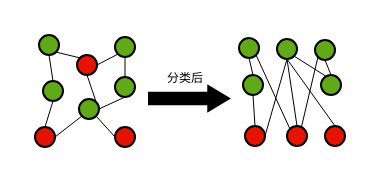
Earlier version of the draw.io diagram 节点分类任务.drawio (zbyuser/-). Source tidied: cells renumbered, new cells numbered last; positions are measured from the earlier drawing's top-left corner, leaving out a move shared by most shapes. Both pictures are drawn from the tidied source at 200%, with x=0, y=0 at pixel (34, 34).
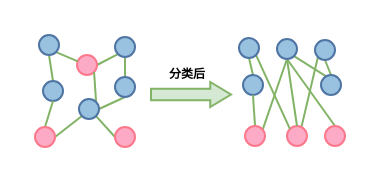
The same page after the edit.

Commit message:
更新节点分类任务.drawio

What changed in the source:
```diff
@@
-    <mxCell id="2" style="rounded=0;jettySize=auto;html=1;exitX=0.5;exitY=0;exitDx=0;exitDy=0;entryX=0.5;entryY=1;entryDx=0;entryDy=0;endArrow=none;startFill=0;strokeWidth=0.5;" parent="1" edge="1" source="3" target="18">
+    <mxCell id="2" style="rounded=0;jettySize=auto;html=1;exitX=0.5;exitY=0;exitDx=0;exitDy=0;entryX=0.5;entryY=1;entryDx=0;entryDy=0;endArrow=none;startFill=0;strokeWidth=1;strokeColor=#82B366;" parent="1" edge="1" source="3" target="18">
       <mxGeometry relative="1" as="geometry" />
     </mxCell>
-    <mxCell id="3" style="ellipse;whiteSpace=wrap;html=1;fillColor=#60a917;fontColor=#ffffff;strokeColor=#000000;" parent="1" vertex="1">
+    <mxCell id="3" style="ellipse;whiteSpace=wrap;html=1;fillColor=#99C2E0;fontColor=#ffffff;strokeColor=#4F75A4;" parent="1" vertex="1">
       <mxGeometry x="4" y="23" width="10" height="10" as="geometry" />
     </mxCell>
-    <mxCell id="4" style="rounded=0;jettySize=auto;html=1;exitX=1;exitY=0.5;exitDx=0;exitDy=0;entryX=0;entryY=1;entryDx=0;entryDy=0;endArrow=none;startFill=0;strokeWidth=0.5;" parent="1" edge="1" source="6" target="14">
+    <mxCell id="4" style="rounded=0;jettySize=auto;html=1;exitX=1;exitY=0.5;exitDx=0;exitDy=0;entryX=0;entryY=1;entryDx=0;entryDy=0;endArrow=none;startFill=0;strokeWidth=1;strokeColor=#82B366;" parent="1" edge="1" source="6" target="14">
       <mxGeometry relative="1" as="geometry" />
     </mxCell>
-    <mxCell id="5" style="rounded=0;jettySize=auto;html=1;exitX=0.5;exitY=0;exitDx=0;exitDy=0;entryX=0.5;entryY=1;entryDx=0;entryDy=0;endArrow=none;startFill=0;strokeWidth=0.5;" parent="1" edge="1" source="6" target="3">
+    <mxCell id="5" style="rounded=0;jettySize=auto;html=1;exitX=0.5;exitY=0;exitDx=0;exitDy=0;entryX=0.5;entryY=1;entryDx=0;entryDy=0;endArrow=none;startFill=0;strokeWidth=1;strokeColor=#82B366;" parent="1" edge="1" source="6" target="3">
       <mxGeometry relative="1" as="geometry" />
     </mxCell>
-    <mxCell id="6" style="ellipse;whiteSpace=wrap;html=1;fillColor=#e51400;fontColor=#ffffff;strokeColor=#000000;" parent="1" vertex="1">
+    <mxCell id="6" style="ellipse;whiteSpace=wrap;html=1;fillColor=#FCAAC5;fontColor=#ffffff;strokeColor=#FC798C;" parent="1" vertex="1">
       <mxGeometry y="46" width="10" height="10" as="geometry" />
     </mxCell>
-    <mxCell id="7" style="rounded=0;jettySize=auto;html=1;exitX=0;exitY=1;exitDx=0;exitDy=0;entryX=1;entryY=0.5;entryDx=0;entryDy=0;endArrow=none;startFill=0;strokeWidth=0.5;" parent="1" edge="1" source="9" target="10">
+    <mxCell id="7" style="rounded=0;jettySize=auto;html=1;exitX=0;exitY=1;exitDx=0;exitDy=0;entryX=1;entryY=0.5;entryDx=0;entryDy=0;endArrow=none;startFill=0;strokeWidth=1;strokeColor=#82B366;" parent="1" edge="1" source="9" target="10">
       <mxGeometry relative="1" as="geometry" />
     </mxCell>
-    <mxCell id="8" style="rounded=0;jettySize=auto;html=1;exitX=0.5;exitY=1;exitDx=0;exitDy=0;entryX=0.5;entryY=0;entryDx=0;entryDy=0;endArrow=none;startFill=0;strokeWidth=0.5;" parent="1" edge="1" source="9" target="15">
+    <mxCell id="8" style="rounded=0;jettySize=auto;html=1;exitX=0.5;exitY=1;exitDx=0;exitDy=0;entryX=0.5;entryY=0;entryDx=0;entryDy=0;endArrow=none;startFill=0;strokeWidth=1;strokeColor=#82B366;" parent="1" edge="1" source="9" target="15">
       <mxGeometry relative="1" as="geometry" />
     </mxCell>
-    <mxCell id="9" style="ellipse;whiteSpace=wrap;html=1;fillColor=#60a917;fontColor=#ffffff;strokeColor=#000000;" parent="1" vertex="1">
+    <mxCell id="9" style="ellipse;whiteSpace=wrap;html=1;fillColor=#99C2E0;fontColor=#ffffff;strokeColor=#4F75A4;" parent="1" vertex="1">
       <mxGeometry x="40" y="1" width="10" height="10" as="geometry" />
     </mxCell>
-    <mxCell id="10" style="ellipse;whiteSpace=wrap;html=1;fillColor=#e51400;fontColor=#ffffff;strokeColor=#000000;" parent="1" vertex="1">
+    <mxCell id="10" style="ellipse;whiteSpace=wrap;html=1;fillColor=#FCAAC5;fontColor=#ffffff;strokeColor=#FC798C;" parent="1" vertex="1">
       <mxGeometry x="21" y="10" width="10" height="10" as="geometry" />
     </mxCell>
-    <mxCell id="11" style="rounded=0;jettySize=auto;html=1;exitX=1;exitY=0;exitDx=0;exitDy=0;entryX=0.5;entryY=1;entryDx=0;entryDy=0;endArrow=none;startFill=0;strokeWidth=0.5;" parent="1" edge="1" source="14" target="10">
+    <mxCell id="11" style="rounded=0;jettySize=auto;html=1;exitX=1;exitY=0;exitDx=0;exitDy=0;entryX=1;entryY=1;entryDx=0;entryDy=0;endArrow=none;startFill=0;strokeWidth=1;strokeColor=#82B366;" parent="1" edge="1" source="14" target="10">
       <mxGeometry relative="1" as="geometry" />
     </mxCell>
-    <mxCell id="12" style="rounded=0;jettySize=auto;html=1;exitX=1;exitY=0.5;exitDx=0;exitDy=0;entryX=0.5;entryY=1;entryDx=0;entryDy=0;endArrow=none;startFill=0;strokeWidth=0.5;" parent="1" edge="1" source="14" target="15">
+    <mxCell id="12" style="rounded=0;jettySize=auto;html=1;exitX=1;exitY=0.5;exitDx=0;exitDy=0;entryX=0.5;entryY=1;entryDx=0;entryDy=0;endArrow=none;startFill=0;strokeWidth=1;strokeColor=#82B366;" parent="1" edge="1" source="14" target="15">
       <mxGeometry relative="1" as="geometry" />
     </mxCell>
-    <mxCell id="13" style="rounded=0;jettySize=auto;html=1;exitX=1;exitY=1;exitDx=0;exitDy=0;entryX=0;entryY=0.5;entryDx=0;entryDy=0;endArrow=none;startFill=0;strokeWidth=0.5;" parent="1" edge="1" source="14" target="16">
+    <mxCell id="13" style="rounded=0;jettySize=auto;html=1;exitX=1;exitY=1;exitDx=0;exitDy=0;entryX=0;entryY=0.5;entryDx=0;entryDy=0;endArrow=none;startFill=0;strokeWidth=1;strokeColor=#82B366;" parent="1" edge="1" source="14" target="16">
       <mxGeometry relative="1" as="geometry" />
     </mxCell>
-    <mxCell id="14" style="ellipse;whiteSpace=wrap;html=1;fillColor=#60a917;fontColor=#ffffff;strokeColor=#000000;" parent="1" vertex="1">
+    <mxCell id="14" style="ellipse;whiteSpace=wrap;html=1;fillColor=#99C2E0;fontColor=#ffffff;strokeColor=#4F75A4;" parent="1" vertex="1">
       <mxGeometry x="22" y="32" width="10" height="10" as="geometry" />
     </mxCell>
-    <mxCell id="15" style="ellipse;whiteSpace=wrap;html=1;fillColor=#60a917;fontColor=#ffffff;strokeColor=#000000;" parent="1" vertex="1">
+    <mxCell id="15" style="ellipse;whiteSpace=wrap;html=1;fillColor=#99C2E0;fontColor=#ffffff;strokeColor=#4F75A4;" parent="1" vertex="1">
       <mxGeometry x="40" y="21" width="10" height="10" as="geometry" />
     </mxCell>
-    <mxCell id="16" style="ellipse;whiteSpace=wrap;html=1;fillColor=#e51400;fontColor=#ffffff;strokeColor=#000000;" parent="1" vertex="1">
+    <mxCell id="16" style="ellipse;whiteSpace=wrap;html=1;fillColor=#FCAAC5;fontColor=#ffffff;strokeColor=#FC798C;" parent="1" vertex="1">
       <mxGeometry x="40" y="46" width="10" height="10" as="geometry" />
     </mxCell>
-    <mxCell id="17" style="rounded=0;jettySize=auto;html=1;exitX=1;exitY=1;exitDx=0;exitDy=0;entryX=0;entryY=0;entryDx=0;entryDy=0;endArrow=none;startFill=0;strokeWidth=0.5;" parent="1" edge="1" source="18" target="10">
+    <mxCell id="17" style="rounded=0;jettySize=auto;html=1;exitX=1;exitY=1;exitDx=0;exitDy=0;endArrow=none;startFill=0;strokeWidth=1;strokeColor=#82B366;entryX=0.045;entryY=0.32;entryDx=0;entryDy=0;entryPerimeter=0;" parent="1" edge="1" source="18" target="10">
       <mxGeometry relative="1" as="geometry" />
     </mxCell>
-    <mxCell id="18" style="ellipse;whiteSpace=wrap;html=1;fillColor=#60a917;fontColor=#ffffff;strokeColor=#000000;" parent="1" vertex="1">
+    <mxCell id="18" style="ellipse;whiteSpace=wrap;html=1;fillColor=#99C2E0;fontColor=#ffffff;strokeColor=#4F75A4;" parent="1" vertex="1">
       <mxGeometry x="2" width="10" height="10" as="geometry" />
     </mxCell>
-    <mxCell id="19" style="rounded=0;jettySize=auto;html=1;exitX=0.5;exitY=0;exitDx=0;exitDy=0;entryX=0.5;entryY=1;entryDx=0;entryDy=0;endArrow=none;startFill=0;strokeWidth=0.5;" parent="1" edge="1" source="20" target="35">
+    <mxCell id="19" style="rounded=0;jettySize=auto;html=1;exitX=0.5;exitY=0;exitDx=0;exitDy=0;entryX=0.5;entryY=1;entryDx=0;entryDy=0;endArrow=none;startFill=0;strokeWidth=1;strokeColor=#82B366;" parent="1" edge="1" source="20" target="35">
       <mxGeometry relative="1" as="geometry" />
     </mxCell>
-    <mxCell id="20" style="ellipse;whiteSpace=wrap;html=1;fillColor=#60a917;fontColor=#ffffff;strokeColor=#000000;" parent="1" vertex="1">
+    <mxCell id="20" style="ellipse;whiteSpace=wrap;html=1;fillColor=#99C2E0;fontColor=#ffffff;strokeColor=#4F75A4;" parent="1" vertex="1">
       <mxGeometry x="104" y="20" width="10" height="10" as="geometry" />
     </mxCell>
-    <mxCell id="21" style="rounded=0;jettySize=auto;html=1;exitX=1;exitY=0.5;exitDx=0;exitDy=0;entryX=0.5;entryY=1;entryDx=0;entryDy=0;endArrow=none;startFill=0;strokeWidth=0.5;" parent="1" edge="1" source="23" target="31">
+    <mxCell id="21" style="rounded=0;jettySize=auto;html=1;exitX=0.871;exitY=0.217;exitDx=0;exitDy=0;entryX=0.5;entryY=1;entryDx=0;entryDy=0;endArrow=none;startFill=0;strokeWidth=1;strokeColor=#82B366;exitPerimeter=0;" parent="1" edge="1" source="23" target="31">
       <mxGeometry relative="1" as="geometry" />
     </mxCell>
-    <mxCell id="22" style="rounded=0;jettySize=auto;html=1;exitX=0.5;exitY=0;exitDx=0;exitDy=0;entryX=0.5;entryY=1;entryDx=0;entryDy=0;endArrow=none;startFill=0;strokeWidth=0.5;" parent="1" edge="1" source="23" target="20">
+    <mxCell id="22" style="rounded=0;jettySize=auto;html=1;exitX=0.5;exitY=0;exitDx=0;exitDy=0;entryX=0.5;entryY=1;entryDx=0;entryDy=0;endArrow=none;startFill=0;strokeWidth=1;strokeColor=#82B366;" parent="1" edge="1" source="23" target="20">
       <mxGeometry relative="1" as="geometry" />
     </mxCell>
-    <mxCell id="23" style="ellipse;whiteSpace=wrap;html=1;fillColor=#e51400;fontColor=#ffffff;strokeColor=#000000;" parent="1" vertex="1">
+    <mxCell id="23" style="ellipse;whiteSpace=wrap;html=1;fillColor=#FCAAC5;fontColor=#ffffff;strokeColor=#FC798C;" parent="1" vertex="1">
       <mxGeometry x="105" y="45.5" width="10" height="10" as="geometry" />
     </mxCell>
-    <mxCell id="24" style="rounded=0;jettySize=auto;html=1;exitX=0;exitY=1;exitDx=0;exitDy=0;entryX=0.727;entryY=0.032;entryDx=0;entryDy=0;endArrow=none;startFill=0;strokeWidth=0.5;entryPerimeter=0;" parent="1" edge="1" source="26" target="27">
+    <mxCell id="24" style="rounded=0;jettySize=auto;html=1;exitX=0;exitY=1;exitDx=0;exitDy=0;entryX=0.727;entryY=0.032;entryDx=0;entryDy=0;endArrow=none;startFill=0;strokeWidth=1;entryPerimeter=0;strokeColor=#82B366;" parent="1" edge="1" source="26" target="27">
       <mxGeometry relative="1" as="geometry" />
     </mxCell>
-    <mxCell id="25" style="rounded=0;jettySize=auto;html=1;exitX=0.5;exitY=1;exitDx=0;exitDy=0;entryX=0.5;entryY=0;entryDx=0;entryDy=0;endArrow=none;startFill=0;strokeWidth=0.5;" parent="1" edge="1" source="26" target="32">
+    <mxCell id="25" style="rounded=0;jettySize=auto;html=1;exitX=0.5;exitY=1;exitDx=0;exitDy=0;entryX=0.5;entryY=0;entryDx=0;entryDy=0;endArrow=none;startFill=0;strokeWidth=1;strokeColor=#82B366;" parent="1" edge="1" source="26" target="32">
       <mxGeometry relative="1" as="geometry" />
     </mxCell>
-    <mxCell id="26" style="ellipse;whiteSpace=wrap;html=1;fillColor=#60a917;fontColor=#ffffff;strokeColor=#000000;" parent="1" vertex="1">
+    <mxCell id="26" style="ellipse;whiteSpace=wrap;html=1;fillColor=#99C2E0;fontColor=#ffffff;strokeColor=#4F75A4;" parent="1" vertex="1">
       <mxGeometry x="140" y="2.5" width="10" height="10" as="geometry" />
     </mxCell>
-    <mxCell id="27" style="ellipse;whiteSpace=wrap;html=1;fillColor=#e51400;fontColor=#ffffff;strokeColor=#000000;" parent="1" vertex="1">
+    <mxCell id="27" style="ellipse;whiteSpace=wrap;html=1;fillColor=#FCAAC5;fontColor=#ffffff;strokeColor=#FC798C;" parent="1" vertex="1">
       <mxGeometry x="126" y="45.5" width="10" height="10" as="geometry" />
     </mxCell>
-    <mxCell id="28" style="rounded=0;jettySize=auto;html=1;exitX=0.5;exitY=1;exitDx=0;exitDy=0;entryX=0.5;entryY=0;entryDx=0;entryDy=0;endArrow=none;startFill=0;strokeWidth=0.5;" parent="1" edge="1" source="31" target="27">
+    <mxCell id="28" style="rounded=0;jettySize=auto;html=1;exitX=0.5;exitY=1;exitDx=0;exitDy=0;entryX=0.5;entryY=0;entryDx=0;entryDy=0;endArrow=none;startFill=0;strokeWidth=1;strokeColor=#82B366;" parent="1" edge="1" source="31" target="27">
       <mxGeometry relative="1" as="geometry" />
     </mxCell>
-    <mxCell id="29" style="rounded=0;jettySize=auto;html=1;exitX=1;exitY=1;exitDx=0;exitDy=0;entryX=0.237;entryY=0.055;entryDx=0;entryDy=0;endArrow=none;startFill=0;strokeWidth=0.5;entryPerimeter=0;" parent="1" edge="1" source="31" target="32">
+    <mxCell id="29" style="rounded=0;jettySize=auto;html=1;exitX=1;exitY=1;exitDx=0;exitDy=0;entryX=0.237;entryY=0.055;entryDx=0;entryDy=0;endArrow=none;startFill=0;strokeWidth=1;entryPerimeter=0;strokeColor=#82B366;" parent="1" edge="1" source="31" target="32">
       <mxGeometry relative="1" as="geometry" />
     </mxCell>
-    <mxCell id="30" style="rounded=0;jettySize=auto;html=1;exitX=0.5;exitY=1;exitDx=0;exitDy=0;entryX=0.5;entryY=0;entryDx=0;entryDy=0;endArrow=none;startFill=0;strokeWidth=0.5;" parent="1" edge="1" source="31" target="33">
+    <mxCell id="30" style="rounded=0;jettySize=auto;html=1;exitX=0.5;exitY=1;exitDx=0;exitDy=0;entryX=0.5;entryY=0;entryDx=0;entryDy=0;endArrow=none;startFill=0;strokeWidth=1;strokeColor=#82B366;" parent="1" edge="1" source="31" target="33">
       <mxGeometry relative="1" as="geometry" />
     </mxCell>
-    <mxCell id="31" style="ellipse;whiteSpace=wrap;html=1;fillColor=#60a917;fontColor=#ffffff;strokeColor=#000000;" parent="1" vertex="1">
+    <mxCell id="31" style="ellipse;whiteSpace=wrap;html=1;fillColor=#99C2E0;fontColor=#ffffff;strokeColor=#4F75A4;" parent="1" vertex="1">
       <mxGeometry x="121" y="2" width="10" height="10" as="geometry" />
     </mxCell>
-    <mxCell id="32" style="ellipse;whiteSpace=wrap;html=1;fillColor=#60a917;fontColor=#ffffff;strokeColor=#000000;" parent="1" vertex="1">
+    <mxCell id="32" style="ellipse;whiteSpace=wrap;html=1;fillColor=#99C2E0;fontColor=#ffffff;strokeColor=#4F75A4;" parent="1" vertex="1">
       <mxGeometry x="143" y="20" width="10" height="10" as="geometry" />
     </mxCell>
-    <mxCell id="33" style="ellipse;whiteSpace=wrap;html=1;fillColor=#e51400;fontColor=#ffffff;strokeColor=#000000;" parent="1" vertex="1">
+    <mxCell id="33" style="ellipse;whiteSpace=wrap;html=1;fillColor=#FCAAC5;fontColor=#ffffff;strokeColor=#FC798C;" parent="1" vertex="1">
       <mxGeometry x="145" y="45.5" width="10" height="10" as="geometry" />
     </mxCell>
-    <mxCell id="34" style="rounded=0;jettySize=auto;html=1;exitX=1;exitY=1;exitDx=0;exitDy=0;entryX=0;entryY=0;entryDx=0;entryDy=0;endArrow=none;startFill=0;strokeWidth=0.5;" parent="1" edge="1" source="35" target="27">
+    <mxCell id="34" style="rounded=0;jettySize=auto;html=1;exitX=1;exitY=1;exitDx=0;exitDy=0;entryX=0;entryY=0;entryDx=0;entryDy=0;endArrow=none;startFill=0;strokeWidth=1;strokeColor=#82B366;" parent="1" edge="1" source="35" target="27">
       <mxGeometry relative="1" as="geometry" />
     </mxCell>
-    <mxCell id="35" style="ellipse;whiteSpace=wrap;html=1;fillColor=#60a917;fontColor=#ffffff;strokeColor=#000000;" parent="1" vertex="1">
+    <mxCell id="35" style="ellipse;whiteSpace=wrap;html=1;fillColor=#99C2E0;fontColor=#ffffff;strokeColor=#4F75A4;" parent="1" vertex="1">
       <mxGeometry x="102" y="1.5" width="10" height="10" as="geometry" />
     </mxCell>
-    <mxCell id="36" style="html=1;shadow=0;dashed=0;align=center;verticalAlign=middle;shape=mxgraph.arrows2.arrow;dy=0.54;dx=10.37;notch=0;fillColor=#000000;" parent="1" vertex="1">
-      <mxGeometry x="57" y="25.5" width="40" height="12.5" as="geometry" />
+    <mxCell id="36" style="html=1;shadow=0;dashed=0;align=center;verticalAlign=middle;shape=mxgraph.arrows2.arrow;dy=0.54;dx=10.37;notch=0;fillColor=#d5e8d4;strokeColor=#82b366;" parent="1" vertex="1">
+      <mxGeometry x="58" y="23.5" width="40" height="12.5" as="geometry" />
     </mxCell>
-    <mxCell id="37" value="分类后" style="text;html=1;align=center;verticalAlign=middle;strokeColor=none;fillColor=none;fontSize=6;" parent="1" vertex="1">
-      <mxGeometry x="55" y="12" width="40" height="20" as="geometry" />
+    <mxCell id="37" value="&lt;b&gt;分类后&lt;/b&gt;" style="text;html=1;align=center;verticalAlign=middle;strokeColor=none;fillColor=none;fontSize=6;" parent="1" vertex="1">
+      <mxGeometry x="56" y="10" width="40" height="20" as="geometry" />
     </mxCell>
```
